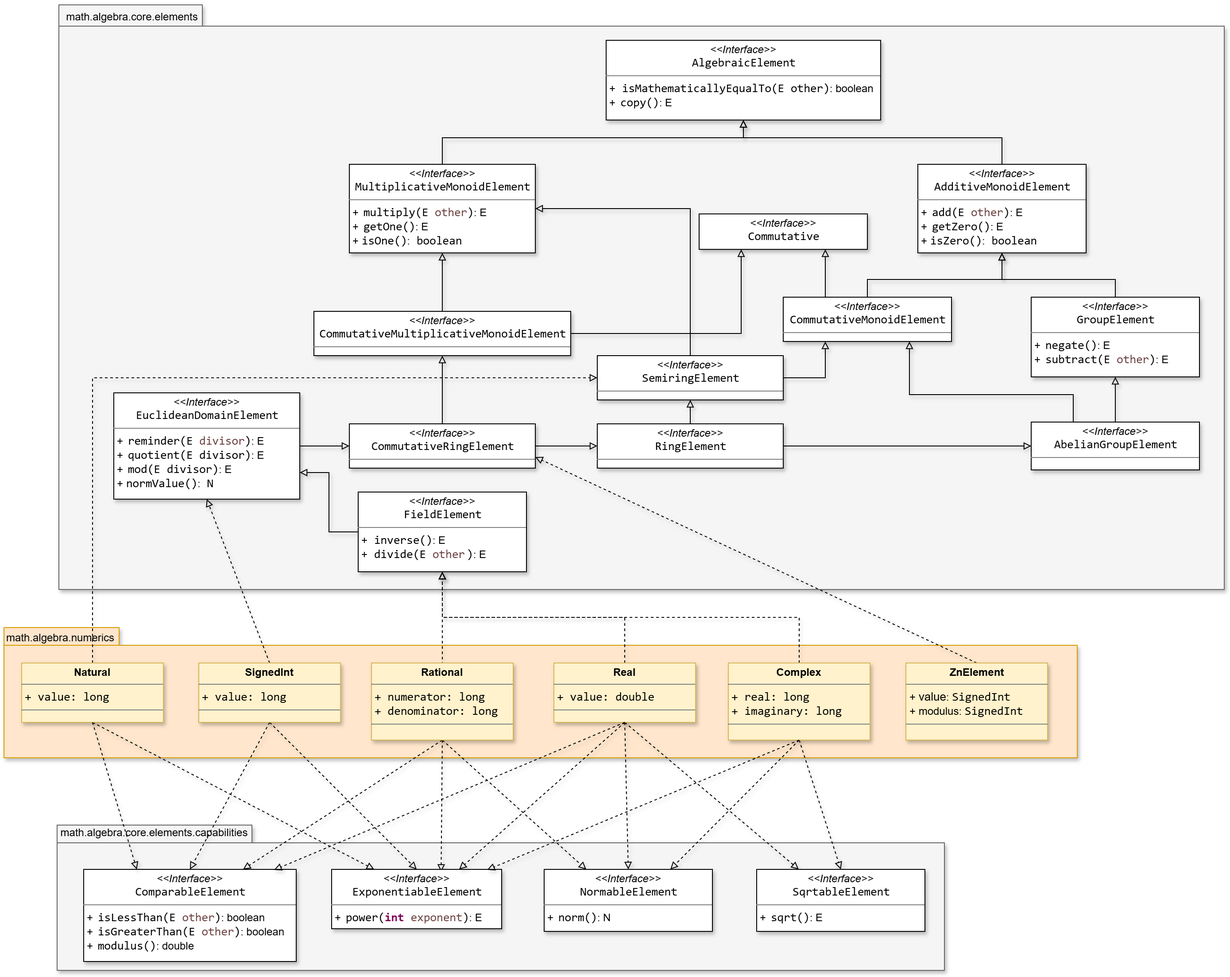
The draw.io diagram resources/SMFN-algebra-elements.drawio.png in gom9000/SMFN, before a commit. Source tidied: cells renumbered, new cells last; positions are measured from the earlier drawing's top-left corner, leaving out a move shared by most shapes.
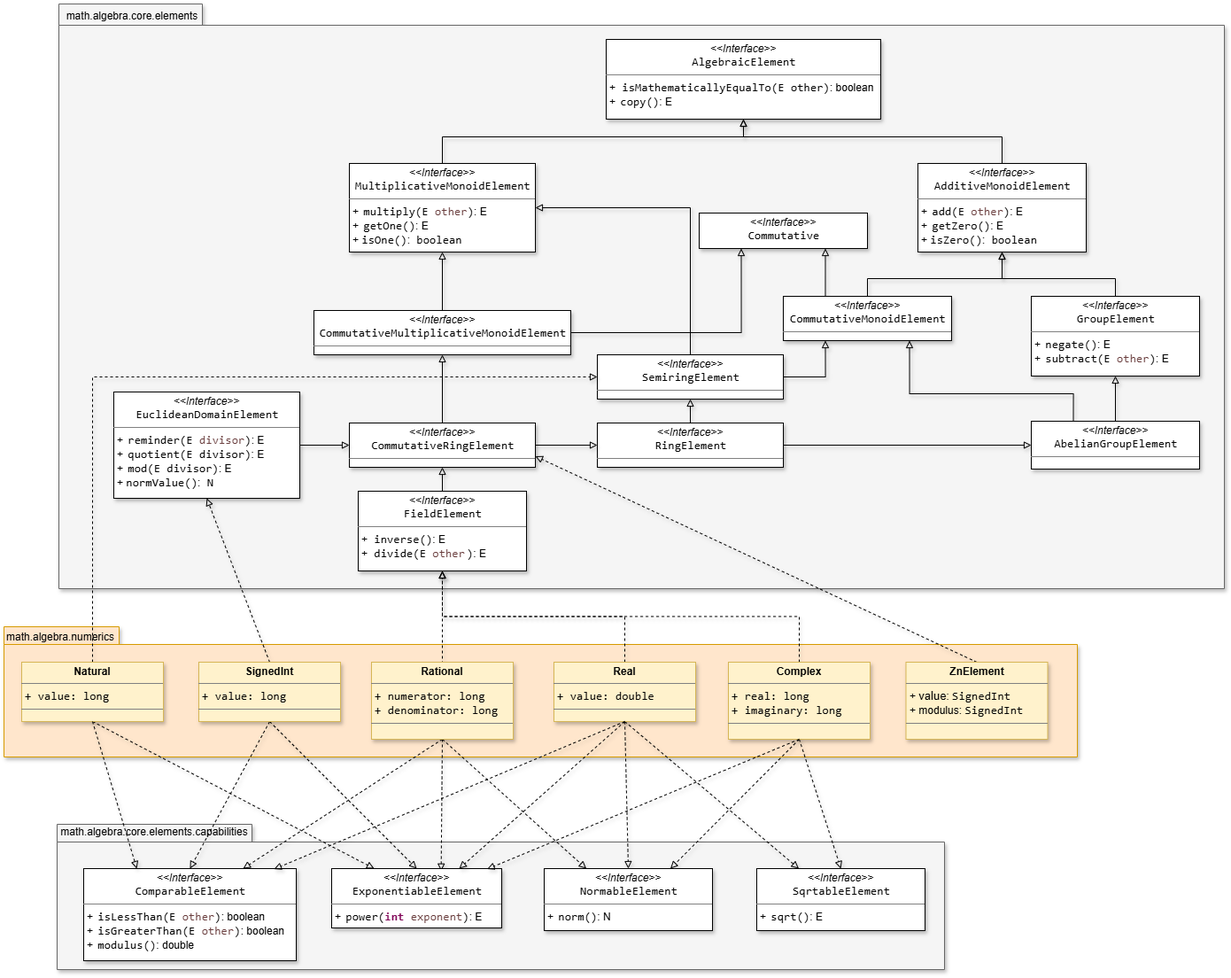
After the change.

Change to the diagram source:
```diff
@@ -1,4 +1,4 @@
-<mxGraphModel>
+<mxGraphModel background="#ffffff">
   <root>
     <mxCell id="0" />
     <mxCell id="1" parent="0" />
@@ -114,7 +114,7 @@
     <mxCell id="30" value="&lt;p style=&quot;margin:0px;margin-top:4px;text-align:center;&quot;&gt;&lt;i&gt;&amp;lt;&amp;lt;Interface&amp;gt;&amp;gt;&lt;/i&gt;&lt;br&gt;&lt;span style=&quot;padding: 0px 0px 0px 2px;&quot;&gt;&lt;span style=&quot;font-family: Consolas; font-size: 10pt; white-space: pre;&quot;&gt;&lt;span style=&quot;&quot;&gt;CommutativeRingElement&lt;/span&gt;&lt;/span&gt;&lt;/span&gt;&lt;/p&gt;&lt;hr size=&quot;1&quot; style=&quot;border-style:solid;&quot;&gt;&lt;p style=&quot;margin:0px;margin-left:4px;&quot;&gt;&lt;/p&gt;&lt;p style=&quot;margin:0px;margin-left:4px;&quot;&gt;&lt;br&gt;&lt;/p&gt;" style="verticalAlign=top;align=left;overflow=fill;html=1;whiteSpace=wrap;labelBackgroundColor=none;shadow=1;" parent="1" vertex="1">
       <mxGeometry x="390" y="474" width="210" height="50" as="geometry" />
     </mxCell>
-    <mxCell id="31" style="edgeStyle=orthogonalEdgeStyle;rounded=0;jettySize=auto;html=1;exitX=0;exitY=0.5;exitDx=0;exitDy=0;entryX=1;entryY=0.75;entryDx=0;entryDy=0;strokeColor=default;align=center;verticalAlign=middle;fontFamily=Helvetica;fontSize=11;fontColor=default;labelBackgroundColor=none;endArrow=block;endFill=0;shadow=1;" parent="1" edge="1" source="32" target="65">
+    <mxCell id="31" style="edgeStyle=orthogonalEdgeStyle;rounded=0;jettySize=auto;html=1;exitX=0.5;exitY=0;exitDx=0;exitDy=0;entryX=0.5;entryY=1;entryDx=0;entryDy=0;strokeColor=default;align=center;verticalAlign=middle;fontFamily=Helvetica;fontSize=11;fontColor=default;labelBackgroundColor=none;endArrow=block;endFill=0;shadow=1;" parent="1" edge="1" source="32" target="30">
       <mxGeometry relative="1" as="geometry" />
     </mxCell>
     <mxCell id="32" value="&lt;p style=&quot;margin:0px;margin-top:4px;text-align:center;&quot;&gt;&lt;i&gt;&amp;lt;&amp;lt;Interface&amp;gt;&amp;gt;&lt;/i&gt;&lt;br&gt;&lt;span style=&quot;padding: 0px 0px 0px 2px;&quot;&gt;&lt;span style=&quot;font-family: Consolas; font-size: 10pt; white-space: pre;&quot;&gt;&lt;span style=&quot;&quot;&gt;FieldElement&lt;/span&gt;&lt;/span&gt;&lt;/span&gt;&lt;/p&gt;&lt;hr size=&quot;1&quot; style=&quot;border-style:solid;&quot;&gt;&lt;p style=&quot;margin:0px;margin-left:4px;&quot;&gt;&lt;/p&gt;&lt;p style=&quot;margin:0px;margin-left:4px;&quot;&gt;+&amp;nbsp;&lt;span style=&quot;padding: 0px 0px 0px 2px;&quot;&gt;&lt;span style=&quot;padding: 0px 0px 0px 2px;&quot;&gt;&lt;span style=&quot;font-family: Consolas; font-size: 10pt; white-space: pre;&quot;&gt;&lt;span style=&quot;&quot;&gt;inverse&lt;/span&gt;&lt;/span&gt;&lt;/span&gt;&lt;span style=&quot;font-family: Consolas; font-size: 10pt; white-space: pre;&quot;&gt;()&lt;/span&gt;&lt;/span&gt;: E&lt;br&gt;+&amp;nbsp;&lt;span style=&quot;padding: 0px 0px 0px 2px;&quot;&gt;&lt;span style=&quot;padding: 0px 0px 0px 2px;&quot;&gt;&lt;span style=&quot;font-family: Consolas; font-size: 10pt; white-space: pre;&quot;&gt;&lt;span style=&quot;&quot;&gt;divide&lt;/span&gt;&lt;/span&gt;&lt;/span&gt;&lt;span style=&quot;font-family: Consolas; font-size: 10pt; white-space: pre;&quot;&gt;(&lt;/span&gt;&lt;/span&gt;&lt;span style=&quot;color: light-dark(rgb(0, 0, 0), rgb(255, 255, 255)); font-family: Consolas; font-size: 13.3333px; white-space: pre;&quot;&gt;E &lt;/span&gt;&lt;span style=&quot;font-family: Consolas; font-size: 13.3333px; white-space: pre; color: rgb(106, 62, 62);&quot;&gt;other&lt;/span&gt;&lt;span style=&quot;color: light-dark(rgb(0, 0, 0), rgb(255, 255, 255)); padding: 0px 0px 0px 2px;&quot;&gt;&lt;span style=&quot;font-family: Consolas; font-size: 10pt; white-space: pre;&quot;&gt;)&lt;/span&gt;&lt;/span&gt;&lt;span style=&quot;color: light-dark(rgb(0, 0, 0), rgb(255, 255, 255));&quot;&gt;: E&lt;/span&gt;&lt;/p&gt;&lt;p style=&quot;margin:0px;margin-left:4px;&quot;&gt;&lt;br&gt;&lt;/p&gt;" style="verticalAlign=top;align=left;overflow=fill;html=1;whiteSpace=wrap;labelBackgroundColor=none;shadow=1;" parent="1" vertex="1">
```
